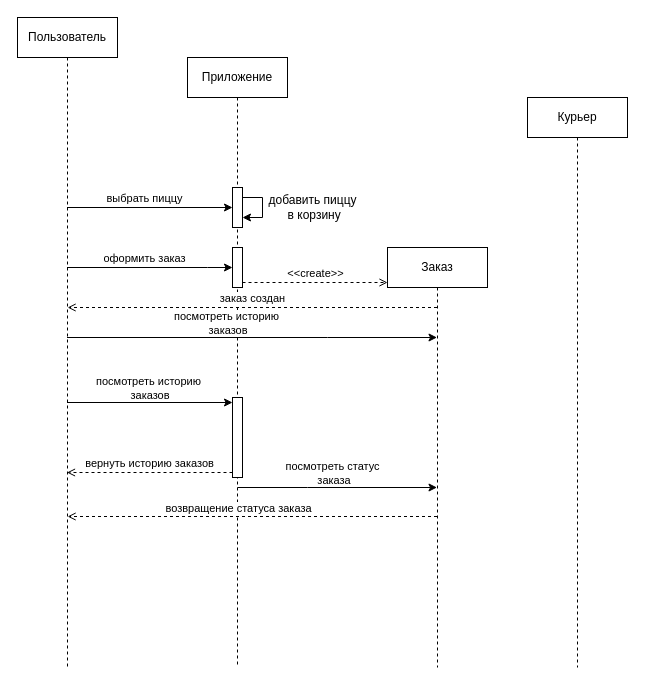
Before: ДиаграммаПоследовательности.drawio in hard-gainer/UML, a draw.io diagram. Source tidied: cells renumbered, new cells numbered last; positions are measured from the earlier drawing's top-left corner, leaving out a move shared by most shapes. Both pictures are drawn from the tidied source at 100%, with x=0, y=0 at pixel (17, 17).
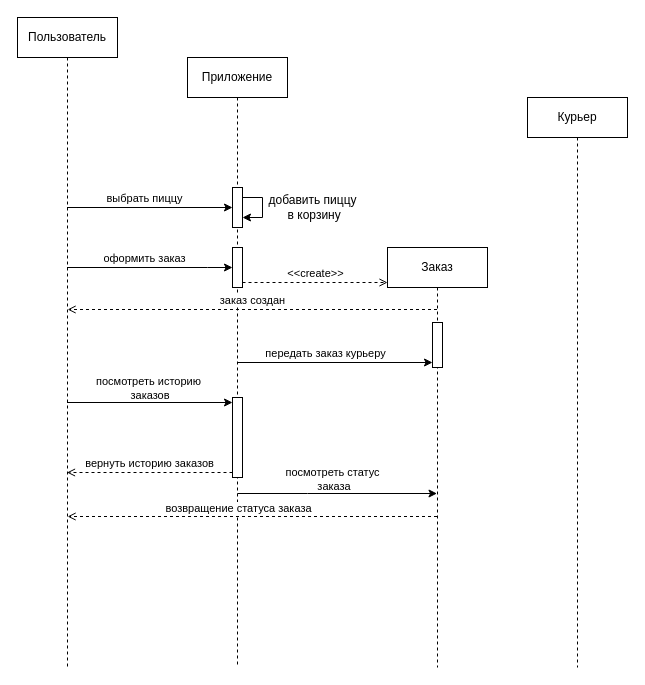
Above is the later version.

Unchanged cells that the change refers to:
```xml
<mxCell id="4" value="Пользователь" style="shape=umlLifeline;perimeter=lifelinePerimeter;whiteSpace=wrap;html=1;outlineConnect=0;portConstraint=eastwest;newEdgeStyle={&quot;edgeStyle&quot;:&quot;elbowEdgeStyle&quot;,&quot;elbow&quot;:&quot;vertical&quot;,&quot;curved&quot;:0,&quot;rounded&quot;:0};" parent="1" vertex="1">
  <mxGeometry width="100" height="650" as="geometry" />
</mxCell>
<mxCell id="5" value="Приложение" style="shape=umlLifeline;perimeter=lifelinePerimeter;whiteSpace=wrap;html=1;outlineConnect=0;portConstraint=eastwest;newEdgeStyle={&quot;edgeStyle&quot;:&quot;elbowEdgeStyle&quot;,&quot;elbow&quot;:&quot;vertical&quot;,&quot;curved&quot;:0,&quot;rounded&quot;:0};" parent="1" vertex="1">
  <mxGeometry x="170" y="40" width="100" height="610" as="geometry" />
</mxCell>
<mxCell id="12" value="Заказ" style="shape=umlLifeline;perimeter=lifelinePerimeter;whiteSpace=wrap;html=1;outlineConnect=0;portConstraint=eastwest;newEdgeStyle={&quot;edgeStyle&quot;:&quot;elbowEdgeStyle&quot;,&quot;elbow&quot;:&quot;vertical&quot;,&quot;curved&quot;:0,&quot;rounded&quot;:0};" parent="1" vertex="1">
  <mxGeometry x="370" y="230" width="100" height="420" as="geometry" />
</mxCell>
```

Diff of the diagram source:
```diff
@@
+    <mxCell id="25" style="html=1;points=[[0,0,0,0,5],[0,1,0,0,-5],[1,0,0,0,5],[1,1,0,0,-5]];perimeter=orthogonalPerimeter;outlineConnect=0;targetShapes=umlLifeline;portConstraint=eastwest;newEdgeStyle={&quot;curved&quot;:0,&quot;rounded&quot;:0};" parent="12" vertex="1">
+      <mxGeometry x="45" y="75" width="10" height="45" as="geometry" />
+    </mxCell>
@@
     <mxCell id="19" style="edgeStyle=elbowEdgeStyle;rounded=0;orthogonalLoop=1;jettySize=auto;html=1;elbow=vertical;curved=0;" parent="1" edge="1">
       <mxGeometry relative="1" as="geometry">
-        <mxPoint x="220" y="470" as="sourcePoint" />
-        <mxPoint x="419.5" y="470" as="targetPoint" />
+        <mxPoint x="220" y="476" as="sourcePoint" />
+        <mxPoint x="419.5" y="476" as="targetPoint" />
         <Array as="points">
-          <mxPoint x="290" y="470" />
-          <mxPoint x="142" y="494" />
-          <mxPoint x="202" y="514" />
-          <mxPoint x="192" y="524" />
+          <mxPoint x="290" y="476" />
+          <mxPoint x="142" y="500" />
+          <mxPoint x="202" y="520" />
+          <mxPoint x="192" y="530" />
         </Array>
       </mxGeometry>
     </mxCell>
@@
     <mxCell id="21" value="заказ создан" style="html=1;verticalAlign=bottom;labelBackgroundColor=default;endArrow=open;endFill=0;dashed=1;rounded=0;" parent="1" edge="1">
       <mxGeometry relative="1" as="geometry">
-        <mxPoint x="419.5" y="290" as="sourcePoint" />
-        <mxPoint x="50.1" y="290" as="targetPoint" />
+        <mxPoint x="419.5" y="292" as="sourcePoint" />
+        <mxPoint x="50.1" y="292" as="targetPoint" />
       </mxGeometry>
     </mxCell>
@@
-    <mxCell id="23" style="edgeStyle=elbowEdgeStyle;rounded=0;jettySize=auto;html=1;elbow=vertical;curved=0;" parent="1" edge="1" source="4" target="12">
-      <mxGeometry relative="1" as="geometry">
-        <Array as="points">
-          <mxPoint x="310" y="320" />
-          <mxPoint x="64.9" y="322" />
-          <mxPoint x="54.9" y="332" />
-        </Array>
-      </mxGeometry>
-    </mxCell>
-    <mxCell id="24" value="посмотреть историю&lt;div&gt;&amp;nbsp;заказов&lt;/div&gt;" style="edgeLabel;html=1;align=center;verticalAlign=middle;" parent="23" vertex="1">
-      <mxGeometry x="-0.24" y="1" relative="1" as="geometry">
-        <mxPoint x="18" y="-14" as="offset" />
-      </mxGeometry>
-    </mxCell>
+    <mxCell id="26" style="edgeStyle=elbowEdgeStyle;rounded=0;jettySize=auto;html=1;elbow=vertical;curved=0;" parent="1" edge="1" source="5" target="25">
+      <mxGeometry relative="1" as="geometry">
+        <Array as="points">
+          <mxPoint x="261" y="323" />
+          <mxPoint x="246" y="337.8" />
+        </Array>
+      </mxGeometry>
+    </mxCell>
+    <mxCell id="27" value="передать заказ курьеру" style="edgeLabel;html=1;align=center;verticalAlign=middle;" parent="26" vertex="1">
+      <mxGeometry x="-0.24" y="1" relative="1" as="geometry">
+        <mxPoint x="14" y="-9" as="offset" />
+      </mxGeometry>
+    </mxCell>
```
